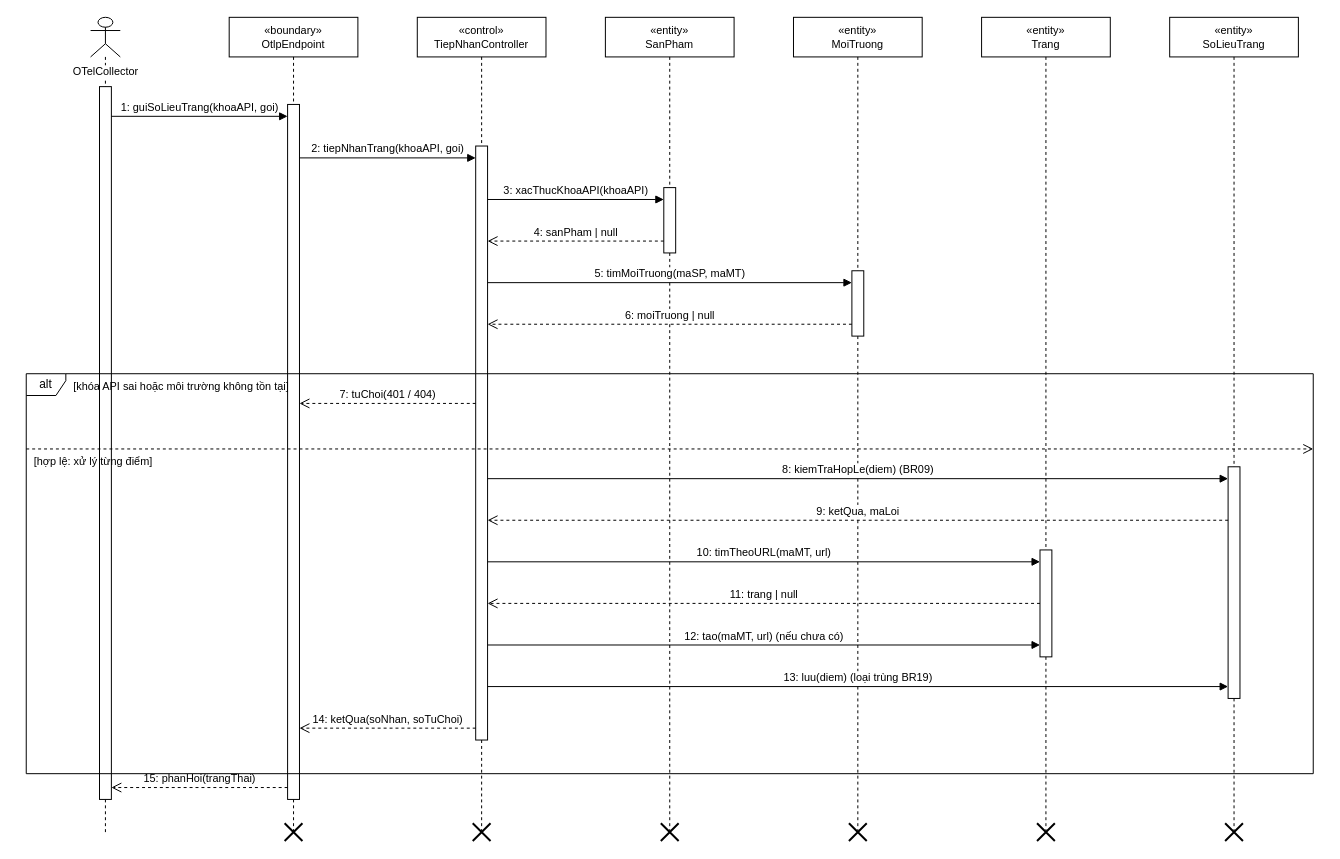
Before: docs/diagrams/03_TuanTu/UC_GD_010_Sequence_GhiNhanTrangHieuNang.drawio in TranThienNhan8279/GreenDash, a draw.io diagram. Source tidied: cells renumbered, new cells numbered last; positions are measured from the earlier drawing's top-left corner, leaving out a move shared by most shapes. Both pictures are drawn from the tidied source at 99%, with x=0, y=0 at pixel (26, 17).
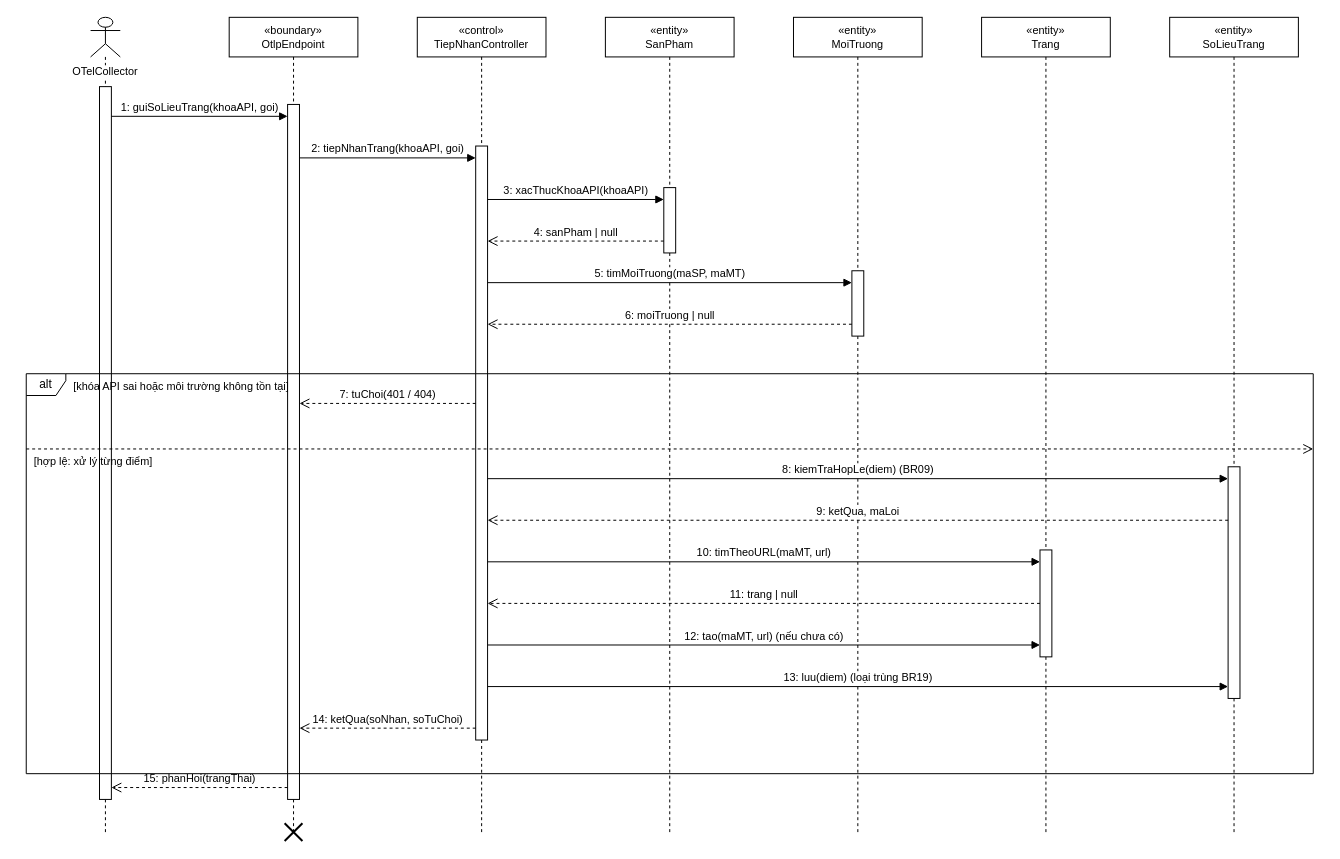
The same page after the edit.

Change to the diagram source:
```diff
@@
-    <mxCell id="2" value="OTelCollector" style="shape=umlLifeline;participant=umlActor;verticalAlign=top;spacingTop=42;labelBackgroundColor=#ffffff;perimeter=lifelinePerimeter;whiteSpace=nowrap;html=1;fontSize=11;" parent="1" vertex="1">
+    <mxCell id="2" value="OTelCollector" style="shape=umlLifeline;participant=umlActor;verticalAlign=top;spacingTop=42;labelBackgroundColor=#ffffff;perimeter=lifelinePerimeter;whiteSpace=wrap;html=1;fontSize=11;" parent="1" vertex="1">
       <mxGeometry x="65" width="30" height="823" as="geometry" />
     </mxCell>
@@
-    <mxCell id="13" style="shape=umlDestroy;html=1;strokeWidth=2;strokeColor=#000000;" parent="1" vertex="1">
-      <mxGeometry x="451" y="814" width="18" height="18" as="geometry" />
-    </mxCell>
@@
-    <mxCell id="15" style="shape=umlDestroy;html=1;strokeWidth=2;strokeColor=#000000;" parent="1" vertex="1">
-      <mxGeometry x="641" y="814" width="18" height="18" as="geometry" />
-    </mxCell>
@@
-    <mxCell id="17" style="shape=umlDestroy;html=1;strokeWidth=2;strokeColor=#000000;" parent="1" vertex="1">
-      <mxGeometry x="831" y="814" width="18" height="18" as="geometry" />
-    </mxCell>
@@
-    <mxCell id="19" style="shape=umlDestroy;html=1;strokeWidth=2;strokeColor=#000000;" parent="1" vertex="1">
-      <mxGeometry x="1021" y="814" width="18" height="18" as="geometry" />
-    </mxCell>
@@
-    <mxCell id="21" style="shape=umlDestroy;html=1;strokeWidth=2;strokeColor=#000000;" parent="1" vertex="1">
-      <mxGeometry x="1211" y="814" width="18" height="18" as="geometry" />
-    </mxCell>
```
